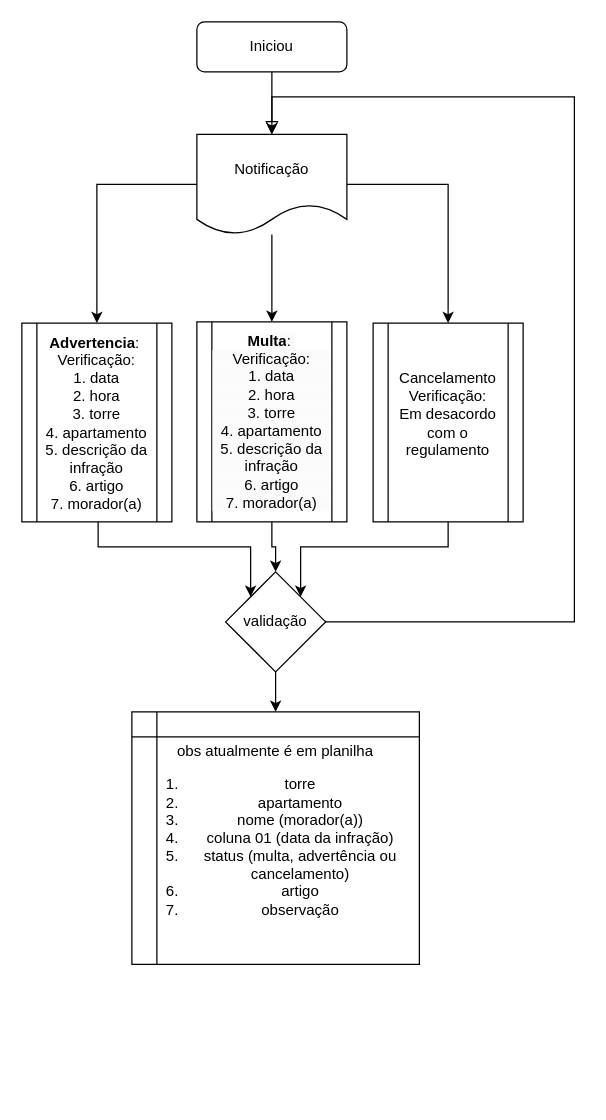
Before: Diagrama sem nome.drawio in linounirio/unidade1, a draw.io diagram. Source tidied: cells renumbered, new cells numbered last; positions are measured from the earlier drawing's top-left corner, leaving out a move shared by most shapes. Both pictures are drawn from the tidied source at 125%, with x=0, y=0 at pixel (21, 21).
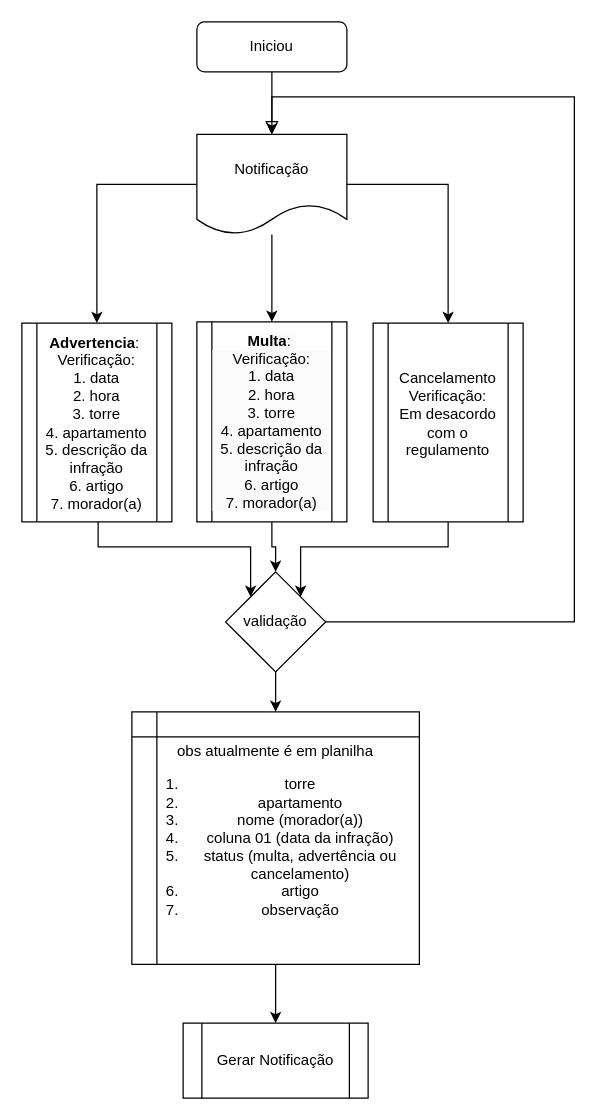
After the change.

Unchanged cells that the change refers to:
```xml
<mxCell id="17" value="obs atualmente é em planilha&lt;div&gt;&lt;ol&gt;&lt;li&gt;torre&lt;/li&gt;&lt;li&gt;apartamento&lt;/li&gt;&lt;li&gt;nome (morador(a))&lt;/li&gt;&lt;li&gt;coluna 01 (data da infração)&lt;/li&gt;&lt;li&gt;status (multa, advertência ou cancelamento)&lt;/li&gt;&lt;li&gt;artigo&lt;/li&gt;&lt;li&gt;observação&lt;/li&gt;&lt;/ol&gt;&lt;/div&gt;" style="shape=internalStorage;whiteSpace=wrap;html=1;backgroundOutline=1;" parent="1" vertex="1">
  <mxGeometry x="88" y="552" width="230" height="202" as="geometry" />
</mxCell>
```

Diff of the diagram source:
```diff
@@
+    <mxCell id="18" style="edgeStyle=orthogonalEdgeStyle;rounded=0;jettySize=auto;html=1;exitX=0.5;exitY=1;exitDx=0;exitDy=0;" parent="1" edge="1" source="17" target="19">
+      <mxGeometry relative="1" as="geometry" />
+    </mxCell>
@@
+    <mxCell id="19" value="Gerar Notificação" style="shape=process;whiteSpace=wrap;html=1;backgroundOutline=1;" parent="1" vertex="1">
+      <mxGeometry x="129" y="801" width="148" height="60" as="geometry" />
+    </mxCell>
```
